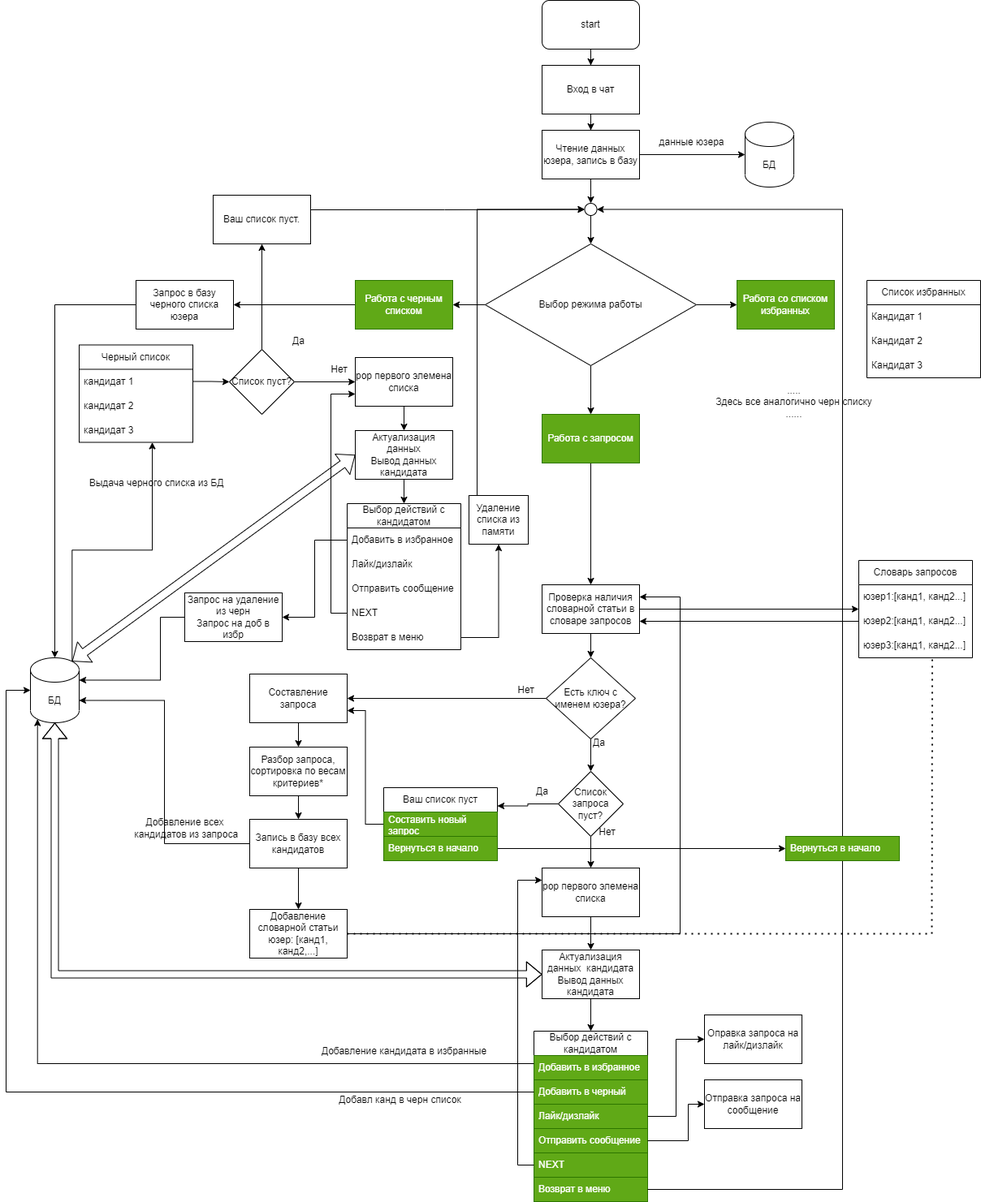
The draw.io diagram schem.png in TimurTsedik/VKinder, before a commit. Source tidied: cells renumbered, new cells last; positions are measured from the earlier drawing's top-left corner, leaving out a move shared by most shapes.
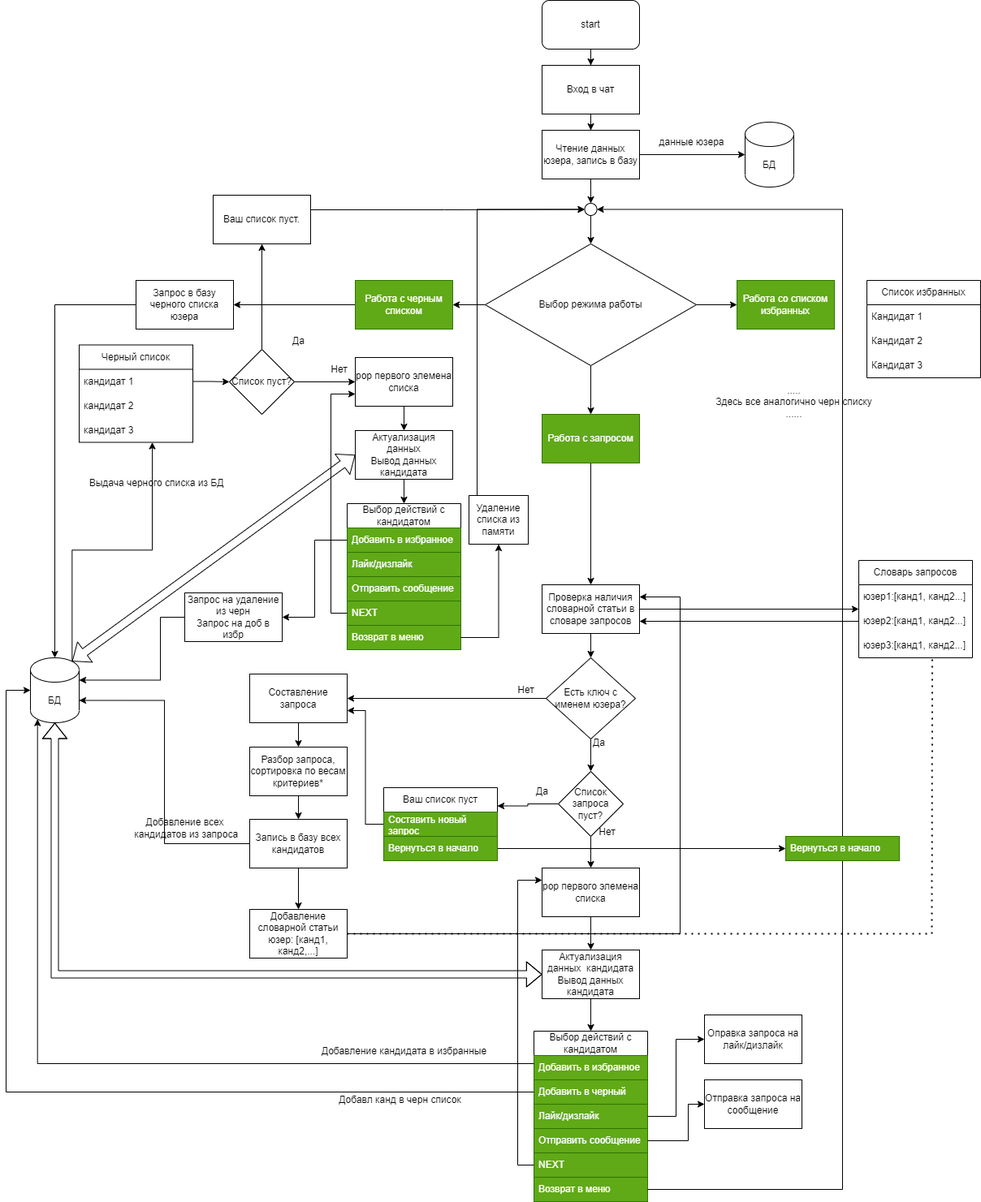
After the commit.

Commit message:
добавил блок-схему в readme

Diff of the diagram source:
```diff
@@ -251,19 +251,19 @@
     <mxCell id="79" value="Выбор действий с кандидатом" style="swimlane;fontStyle=0;horizontal=1;startSize=30;whiteSpace=wrap;html=1;" parent="1" vertex="1">
       <mxGeometry x="420" y="620" width="140" height="180" as="geometry" />
     </mxCell>
-    <mxCell id="80" value="Добавить в избранное" style="text;strokeColor=none;fillColor=none;align=left;verticalAlign=middle;spacingLeft=4;spacingRight=4;overflow=hidden;points=[[0,0.5],[1,0.5]];portConstraint=eastwest;whiteSpace=wrap;html=1;" parent="79" vertex="1">
+    <mxCell id="80" value="Добавить в избранное" style="text;strokeColor=#2D7600;fillColor=#60a917;align=left;verticalAlign=middle;spacingLeft=4;spacingRight=4;overflow=hidden;points=[[0,0.5],[1,0.5]];portConstraint=eastwest;whiteSpace=wrap;html=1;fontColor=#ffffff;" parent="79" vertex="1">
       <mxGeometry y="30" width="140" height="30" as="geometry" />
     </mxCell>
-    <mxCell id="81" value="Лайк/дизлайк" style="text;strokeColor=none;fillColor=none;align=left;verticalAlign=middle;spacingLeft=4;spacingRight=4;overflow=hidden;whiteSpace=wrap;html=1;" parent="79" vertex="1">
+    <mxCell id="81" value="Лайк/дизлайк" style="text;strokeColor=#2D7600;fillColor=#60a917;align=left;verticalAlign=middle;spacingLeft=4;spacingRight=4;overflow=hidden;whiteSpace=wrap;html=1;fontColor=#ffffff;" parent="79" vertex="1">
       <mxGeometry y="60" width="140" height="30" as="geometry" />
     </mxCell>
-    <mxCell id="82" value="Отправить сообщение" style="text;strokeColor=none;fillColor=none;align=left;verticalAlign=middle;spacingLeft=4;spacingRight=4;overflow=hidden;whiteSpace=wrap;html=1;" parent="79" vertex="1">
+    <mxCell id="82" value="Отправить сообщение" style="text;strokeColor=#2D7600;fillColor=#60a917;align=left;verticalAlign=middle;spacingLeft=4;spacingRight=4;overflow=hidden;whiteSpace=wrap;html=1;fontColor=#ffffff;" parent="79" vertex="1">
       <mxGeometry y="90" width="140" height="30" as="geometry" />
     </mxCell>
-    <mxCell id="83" value="NEXT" style="text;strokeColor=none;fillColor=none;align=left;verticalAlign=middle;spacingLeft=4;spacingRight=4;overflow=hidden;points=[[0,0.5],[1,0.5]];portConstraint=eastwest;whiteSpace=wrap;html=1;" parent="79" vertex="1">
+    <mxCell id="83" value="NEXT" style="text;strokeColor=#2D7600;fillColor=#60a917;align=left;verticalAlign=middle;spacingLeft=4;spacingRight=4;overflow=hidden;points=[[0,0.5],[1,0.5]];portConstraint=eastwest;whiteSpace=wrap;html=1;fontColor=#ffffff;" parent="79" vertex="1">
       <mxGeometry y="120" width="140" height="30" as="geometry" />
     </mxCell>
-    <mxCell id="84" value="Возврат в меню" style="text;strokeColor=none;fillColor=none;align=left;verticalAlign=middle;spacingLeft=4;spacingRight=4;overflow=hidden;points=[[0,0.5],[1,0.5]];portConstraint=eastwest;whiteSpace=wrap;html=1;" parent="79" vertex="1">
+    <mxCell id="84" value="Возврат в меню" style="text;strokeColor=#2D7600;fillColor=#60a917;align=left;verticalAlign=middle;spacingLeft=4;spacingRight=4;overflow=hidden;points=[[0,0.5],[1,0.5]];portConstraint=eastwest;whiteSpace=wrap;html=1;fontColor=#ffffff;" parent="79" vertex="1">
       <mxGeometry y="150" width="140" height="30" as="geometry" />
     </mxCell>
     <mxCell id="85" style="edgeStyle=orthogonalEdgeStyle;rounded=0;jettySize=auto;html=1;entryX=0.5;entryY=0;entryDx=0;entryDy=0;entryPerimeter=0;" parent="1" edge="1" source="86" target="59">
```
